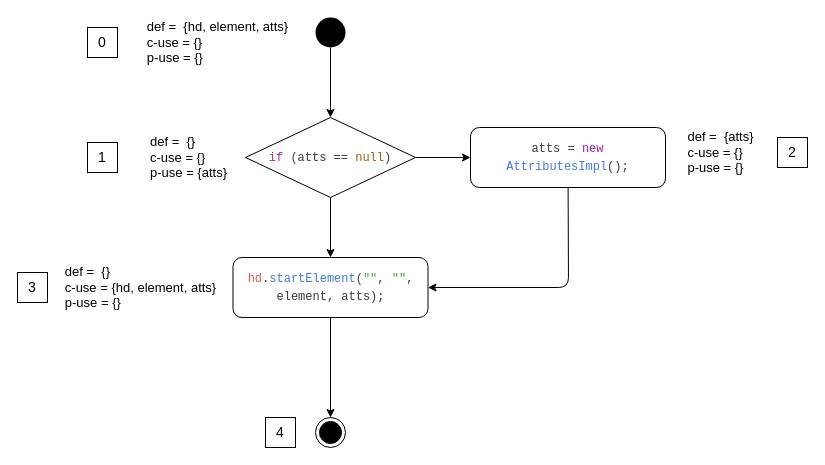
Earlier version of the draw.io diagram page "diagram" (1 of 6) of docs/08_assignment/figures/startXmlElement.drawio (Jumaruba/jtimesched). Source tidied: cells renumbered, new cells numbered last; positions are measured from the earlier drawing's top-left corner, leaving out a move shared by most shapes. Both pictures are drawn from the tidied source at 100%, with x=0, y=0 at pixel (17, 17).
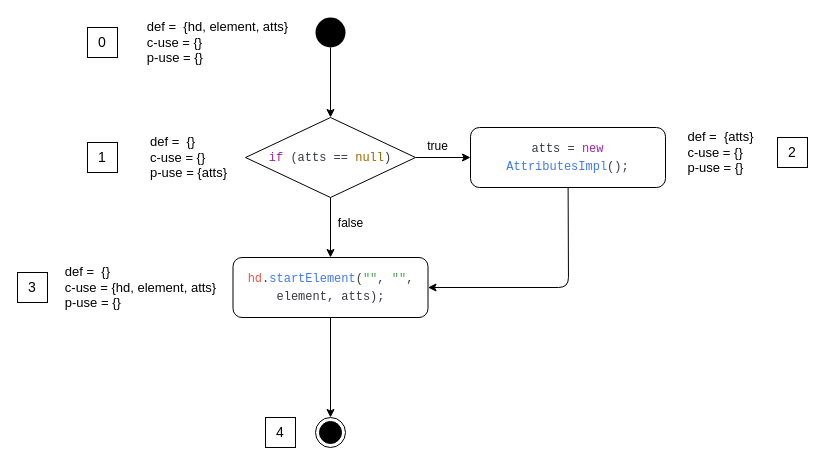
The same diagram, later.

Commit message (it also covers changes not shown here):
Add true and false to diagram

Change to the diagram source:
```diff
@@
+    <mxCell id="21" value="true" style="text;html=1;align=center;verticalAlign=middle;strokeColor=none;fillColor=none;" parent="1" vertex="1">
+      <mxGeometry x="404" y="120" width="31" height="18" as="geometry" />
+    </mxCell>
+    <mxCell id="22" value="false" style="text;html=1;align=center;verticalAlign=middle;strokeColor=none;fillColor=none;" parent="1" vertex="1">
+      <mxGeometry x="315" y="197" width="35" height="18" as="geometry" />
+    </mxCell>
```
